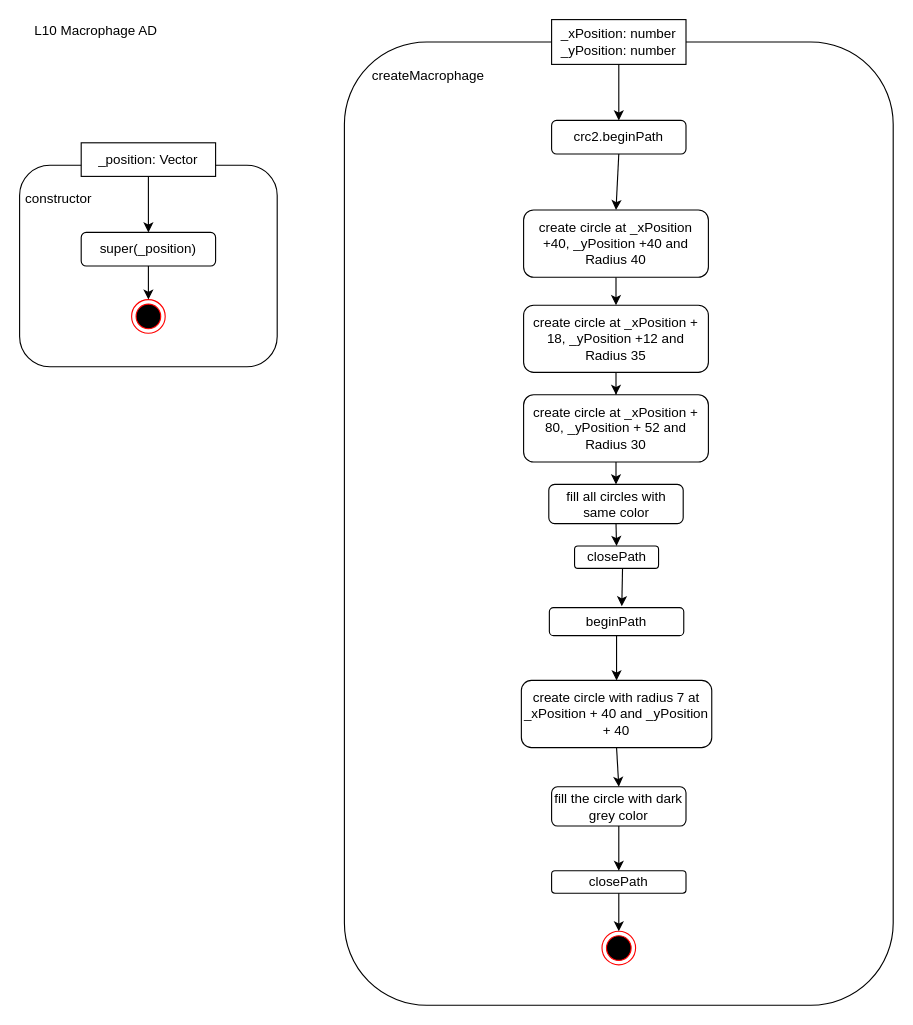
The draw.io diagram page "Macrophage_AD" (4 of 8) of L10_Inheritance/Konzeption/L10_AD_Classes.drawio in KohlerAl/EIA2, before the edit. Source tidied: cells renumbered, new cells numbered last; positions are measured from the earlier drawing's top-left corner, leaving out a move shared by most shapes. Both pictures are drawn from the tidied source at 112%, with x=0, y=0 at pixel (19, 19).
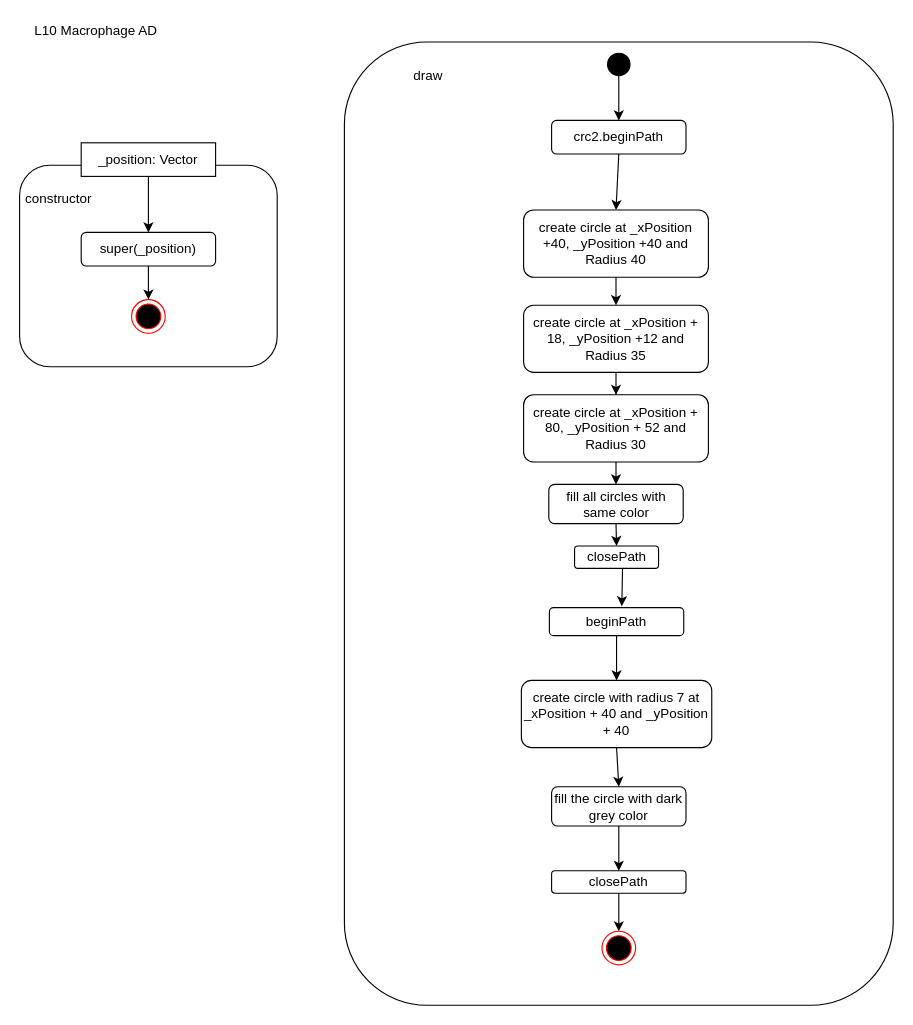
The same page after the edit.

The change refers to these unchanged cells:
```xml
<mxCell id="5" value="crc2.beginPath" style="rounded=1;whiteSpace=wrap;html=1;" parent="1" vertex="1">
  <mxGeometry x="475" y="90" width="120" height="30" as="geometry" />
</mxCell>
```

What changed in the source:
```diff
@@
-    <mxCell id="4" value="_xPosition: number&lt;br&gt;_yPosition: number" style="rounded=0;whiteSpace=wrap;html=1;" parent="1" vertex="1">
-      <mxGeometry x="475" width="120" height="40" as="geometry" />
-    </mxCell>
@@
-    <mxCell id="17" style="endArrow=classic;html=1;exitX=0.5;exitY=1;exitDx=0;exitDy=0;" parent="1" edge="1" source="4" target="5">
+    <mxCell id="17" style="endArrow=classic;html=1;exitX=0.5;exitY=1;exitDx=0;exitDy=0;" parent="1" edge="1" source="35" target="5">
       <mxGeometry relative="1" as="geometry" />
     </mxCell>
@@
-    <mxCell id="27" value="createMacrophage" style="text;html=1;strokeColor=none;fillColor=none;align=center;verticalAlign=middle;whiteSpace=wrap;rounded=0;" parent="1" vertex="1">
+    <mxCell id="27" value="draw" style="text;html=1;strokeColor=none;fillColor=none;align=center;verticalAlign=middle;whiteSpace=wrap;rounded=0;" parent="1" vertex="1">
       <mxGeometry x="345" y="40" width="40" height="20" as="geometry" />
     </mxCell>
@@
+    <mxCell id="35" style="ellipse;whiteSpace=wrap;html=1;fillColor=#000000;" parent="1" vertex="1">
+      <mxGeometry x="525" y="30" width="20" height="20" as="geometry" />
+    </mxCell>
+    <mxCell id="36" style="endArrow=classic;html=1;exitX=0.5;exitY=1;exitDx=0;exitDy=0;" parent="1" edge="1" target="35">
+      <mxGeometry relative="1" as="geometry">
+        <mxPoint x="535" y="40" as="sourcePoint" />
+      </mxGeometry>
+    </mxCell>
```
